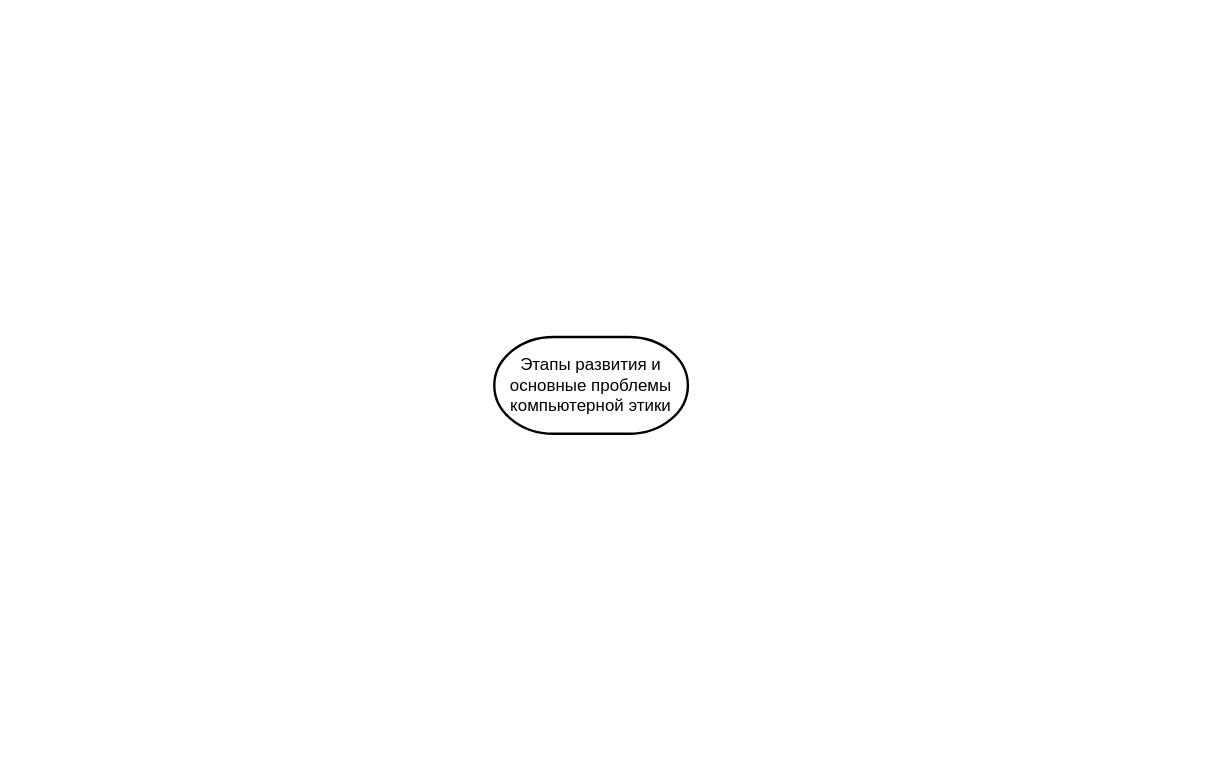
Above: MIND-map.drawio in DMfananddu/DSM (draw.io), before the change. Source tidied: cells renumbered, new cells numbered last; positions are measured from the earlier drawing's top-left corner, leaving out a move shared by most shapes. Both pictures are drawn from the tidied source at 121%, with x=0, y=0 at pixel (494, 336).
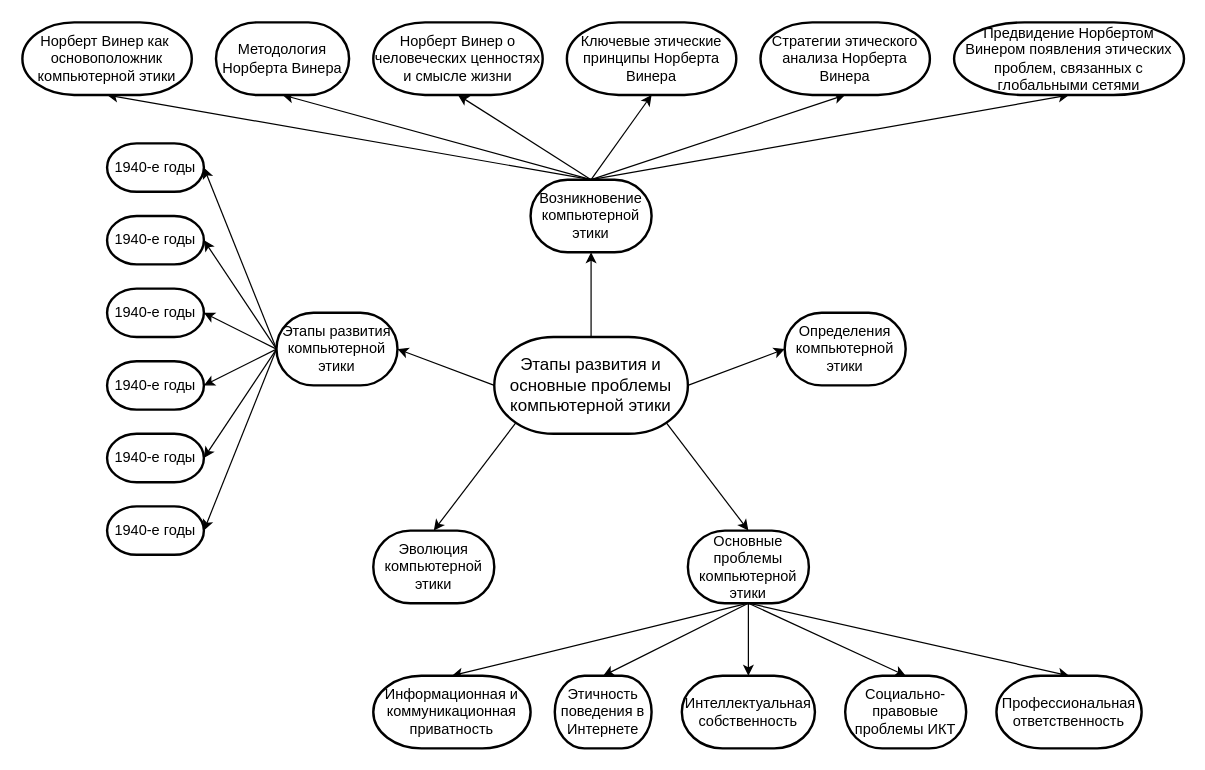
After the change.

Unchanged cells that the change refers to:
```xml
<mxCell id="2" value="&lt;font style=&quot;font-size: 14px&quot;&gt;Этапы развития и основные проблемы компьютерной этики&lt;/font&gt;" style="strokeWidth=2;html=1;shape=mxgraph.flowchart.terminator;whiteSpace=wrap;" parent="1" vertex="1">
  <mxGeometry width="160" height="80" as="geometry" />
</mxCell>
```

What changed in the source:
```diff
@@
+    <mxCell id="3" style="rounded=0;jettySize=auto;html=1;exitX=1;exitY=0.5;exitDx=0;exitDy=0;exitPerimeter=0;entryX=0;entryY=0.5;entryDx=0;entryDy=0;entryPerimeter=0;" parent="1" edge="1" source="2" target="22">
+      <mxGeometry relative="1" as="geometry" />
+    </mxCell>
+    <mxCell id="4" style="edgeStyle=none;rounded=0;jettySize=auto;html=1;exitX=0.89;exitY=0.89;exitDx=0;exitDy=0;exitPerimeter=0;entryX=0.5;entryY=0;entryDx=0;entryDy=0;entryPerimeter=0;" parent="1" edge="1" source="2" target="29">
+      <mxGeometry relative="1" as="geometry" />
+    </mxCell>
+    <mxCell id="5" style="edgeStyle=none;rounded=0;jettySize=auto;html=1;exitX=0.11;exitY=0.89;exitDx=0;exitDy=0;exitPerimeter=0;entryX=0.5;entryY=0;entryDx=0;entryDy=0;entryPerimeter=0;" parent="1" edge="1" source="2" target="23">
+      <mxGeometry relative="1" as="geometry" />
+    </mxCell>
+    <mxCell id="6" style="edgeStyle=none;rounded=0;jettySize=auto;html=1;exitX=0;exitY=0.5;exitDx=0;exitDy=0;exitPerimeter=0;entryX=1;entryY=0.5;entryDx=0;entryDy=0;entryPerimeter=0;" parent="1" edge="1" source="2" target="21">
+      <mxGeometry relative="1" as="geometry" />
+    </mxCell>
+    <mxCell id="7" style="edgeStyle=none;rounded=0;jettySize=auto;html=1;exitX=0.5;exitY=0;exitDx=0;exitDy=0;exitPerimeter=0;entryX=0.5;entryY=1;entryDx=0;entryDy=0;entryPerimeter=0;" parent="1" edge="1" source="2" target="14">
+      <mxGeometry relative="1" as="geometry" />
+    </mxCell>
@@
+    <mxCell id="8" style="edgeStyle=none;rounded=0;jettySize=auto;html=1;exitX=0.5;exitY=0;exitDx=0;exitDy=0;exitPerimeter=0;entryX=0.5;entryY=1;entryDx=0;entryDy=0;entryPerimeter=0;" parent="1" edge="1" source="14" target="41">
+      <mxGeometry relative="1" as="geometry" />
+    </mxCell>
+    <mxCell id="9" style="edgeStyle=none;rounded=0;jettySize=auto;html=1;exitX=0.5;exitY=0;exitDx=0;exitDy=0;exitPerimeter=0;entryX=0.5;entryY=1;entryDx=0;entryDy=0;entryPerimeter=0;" parent="1" edge="1" source="14" target="36">
+      <mxGeometry relative="1" as="geometry" />
+    </mxCell>
+    <mxCell id="10" style="edgeStyle=none;rounded=0;jettySize=auto;html=1;exitX=0.5;exitY=0;exitDx=0;exitDy=0;exitPerimeter=0;entryX=0.5;entryY=1;entryDx=0;entryDy=0;entryPerimeter=0;" parent="1" edge="1" source="14" target="37">
+      <mxGeometry relative="1" as="geometry" />
+    </mxCell>
+    <mxCell id="11" style="edgeStyle=none;rounded=0;jettySize=auto;html=1;exitX=0.5;exitY=0;exitDx=0;exitDy=0;exitPerimeter=0;entryX=0.5;entryY=1;entryDx=0;entryDy=0;entryPerimeter=0;" parent="1" edge="1" source="14" target="38">
+      <mxGeometry relative="1" as="geometry" />
+    </mxCell>
+    <mxCell id="12" style="edgeStyle=none;rounded=0;jettySize=auto;html=1;exitX=0.5;exitY=0;exitDx=0;exitDy=0;exitPerimeter=0;entryX=0.5;entryY=1;entryDx=0;entryDy=0;entryPerimeter=0;" parent="1" edge="1" source="14" target="39">
+      <mxGeometry relative="1" as="geometry" />
+    </mxCell>
+    <mxCell id="13" style="edgeStyle=none;rounded=0;jettySize=auto;html=1;exitX=0.5;exitY=0;exitDx=0;exitDy=0;exitPerimeter=0;entryX=0.5;entryY=1;entryDx=0;entryDy=0;entryPerimeter=0;" parent="1" edge="1" source="14" target="40">
+      <mxGeometry relative="1" as="geometry" />
+    </mxCell>
+    <mxCell id="14" value="Возникновение компьютерной этики" style="strokeWidth=2;html=1;shape=mxgraph.flowchart.terminator;whiteSpace=wrap;" parent="1" vertex="1">
+      <mxGeometry x="30" y="-130" width="100" height="60" as="geometry" />
+    </mxCell>
+    <mxCell id="15" style="edgeStyle=none;rounded=0;jettySize=auto;html=1;exitX=0;exitY=0.5;exitDx=0;exitDy=0;exitPerimeter=0;entryX=1;entryY=0.5;entryDx=0;entryDy=0;entryPerimeter=0;" parent="1" edge="1" source="21" target="33">
+      <mxGeometry relative="1" as="geometry" />
+    </mxCell>
+    <mxCell id="16" style="edgeStyle=none;rounded=0;jettySize=auto;html=1;exitX=0;exitY=0.5;exitDx=0;exitDy=0;exitPerimeter=0;entryX=1;entryY=0.5;entryDx=0;entryDy=0;entryPerimeter=0;" parent="1" edge="1" source="21" target="30">
+      <mxGeometry relative="1" as="geometry" />
+    </mxCell>
+    <mxCell id="17" style="edgeStyle=none;rounded=0;jettySize=auto;html=1;exitX=0;exitY=0.5;exitDx=0;exitDy=0;exitPerimeter=0;entryX=1;entryY=0.5;entryDx=0;entryDy=0;entryPerimeter=0;" parent="1" edge="1" source="21" target="32">
+      <mxGeometry relative="1" as="geometry" />
+    </mxCell>
+    <mxCell id="18" style="edgeStyle=none;rounded=0;jettySize=auto;html=1;exitX=0;exitY=0.5;exitDx=0;exitDy=0;exitPerimeter=0;entryX=1;entryY=0.5;entryDx=0;entryDy=0;entryPerimeter=0;" parent="1" edge="1" source="21" target="34">
+      <mxGeometry relative="1" as="geometry" />
+    </mxCell>
+    <mxCell id="19" style="edgeStyle=none;rounded=0;jettySize=auto;html=1;exitX=0;exitY=0.5;exitDx=0;exitDy=0;exitPerimeter=0;entryX=1;entryY=0.5;entryDx=0;entryDy=0;entryPerimeter=0;" parent="1" edge="1" source="21" target="35">
+      <mxGeometry relative="1" as="geometry" />
+    </mxCell>
+    <mxCell id="20" style="edgeStyle=none;rounded=0;jettySize=auto;html=1;exitX=0;exitY=0.5;exitDx=0;exitDy=0;exitPerimeter=0;entryX=1;entryY=0.5;entryDx=0;entryDy=0;entryPerimeter=0;" parent="1" edge="1" source="21" target="31">
+      <mxGeometry relative="1" as="geometry" />
+    </mxCell>
+    <mxCell id="21" value="Этапы развития компьютерной этики" style="strokeWidth=2;html=1;shape=mxgraph.flowchart.terminator;whiteSpace=wrap;" parent="1" vertex="1">
+      <mxGeometry x="-180" y="-20" width="100" height="60" as="geometry" />
+    </mxCell>
+    <mxCell id="22" value="Определения компьютерной этики" style="strokeWidth=2;html=1;shape=mxgraph.flowchart.terminator;whiteSpace=wrap;" parent="1" vertex="1">
+      <mxGeometry x="240" y="-20" width="100" height="60" as="geometry" />
+    </mxCell>
+    <mxCell id="23" value="Эволюция компьютерной этики" style="strokeWidth=2;html=1;shape=mxgraph.flowchart.terminator;whiteSpace=wrap;" parent="1" vertex="1">
+      <mxGeometry x="-100" y="160" width="100" height="60" as="geometry" />
+    </mxCell>
+    <mxCell id="24" style="edgeStyle=none;rounded=0;jettySize=auto;html=1;exitX=0.5;exitY=1;exitDx=0;exitDy=0;exitPerimeter=0;entryX=0.5;entryY=0;entryDx=0;entryDy=0;entryPerimeter=0;" parent="1" edge="1" source="29" target="45">
+      <mxGeometry relative="1" as="geometry" />
+    </mxCell>
+    <mxCell id="25" style="edgeStyle=none;rounded=0;jettySize=auto;html=1;exitX=0.5;exitY=1;exitDx=0;exitDy=0;exitPerimeter=0;entryX=0.5;entryY=0;entryDx=0;entryDy=0;entryPerimeter=0;" parent="1" edge="1" source="29" target="46">
+      <mxGeometry relative="1" as="geometry" />
+    </mxCell>
+    <mxCell id="26" style="edgeStyle=none;rounded=0;jettySize=auto;html=1;exitX=0.5;exitY=1;exitDx=0;exitDy=0;exitPerimeter=0;entryX=0.5;entryY=0;entryDx=0;entryDy=0;entryPerimeter=0;" parent="1" edge="1" source="29" target="43">
+      <mxGeometry relative="1" as="geometry" />
+    </mxCell>
+    <mxCell id="27" style="edgeStyle=none;rounded=0;jettySize=auto;html=1;exitX=0.5;exitY=1;exitDx=0;exitDy=0;exitPerimeter=0;entryX=0.5;entryY=0;entryDx=0;entryDy=0;entryPerimeter=0;" parent="1" edge="1" source="29" target="42">
+      <mxGeometry relative="1" as="geometry" />
+    </mxCell>
+    <mxCell id="28" style="edgeStyle=none;rounded=0;jettySize=auto;html=1;exitX=0.5;exitY=1;exitDx=0;exitDy=0;exitPerimeter=0;entryX=0.5;entryY=0;entryDx=0;entryDy=0;entryPerimeter=0;" parent="1" edge="1" source="29" target="44">
+      <mxGeometry relative="1" as="geometry" />
+    </mxCell>
+    <mxCell id="29" value="Основные проблемы компьютерной этики" style="strokeWidth=2;html=1;shape=mxgraph.flowchart.terminator;whiteSpace=wrap;" parent="1" vertex="1">
+      <mxGeometry x="160" y="160" width="100" height="60" as="geometry" />
+    </mxCell>
+    <mxCell id="30" value="1940-е годы" style="strokeWidth=2;html=1;shape=mxgraph.flowchart.terminator;whiteSpace=wrap;" parent="1" vertex="1">
+      <mxGeometry x="-320" y="-100" width="80" height="40" as="geometry" />
+    </mxCell>
+    <mxCell id="31" value="1940-е годы" style="strokeWidth=2;html=1;shape=mxgraph.flowchart.terminator;whiteSpace=wrap;" parent="1" vertex="1">
+      <mxGeometry x="-320" y="140" width="80" height="40" as="geometry" />
+    </mxCell>
+    <mxCell id="32" value="1940-е годы" style="strokeWidth=2;html=1;shape=mxgraph.flowchart.terminator;whiteSpace=wrap;" parent="1" vertex="1">
+      <mxGeometry x="-320" y="-40" width="80" height="40" as="geometry" />
+    </mxCell>
+    <mxCell id="33" value="1940-е годы" style="strokeWidth=2;html=1;shape=mxgraph.flowchart.terminator;whiteSpace=wrap;" parent="1" vertex="1">
+      <mxGeometry x="-320" y="-160" width="80" height="40" as="geometry" />
+    </mxCell>
+    <mxCell id="34" value="1940-е годы" style="strokeWidth=2;html=1;shape=mxgraph.flowchart.terminator;whiteSpace=wrap;" parent="1" vertex="1">
+      <mxGeometry x="-320" y="20" width="80" height="40" as="geometry" />
+    </mxCell>
+    <mxCell id="35" value="1940-е годы" style="strokeWidth=2;html=1;shape=mxgraph.flowchart.terminator;whiteSpace=wrap;" parent="1" vertex="1">
+      <mxGeometry x="-320" y="80" width="80" height="40" as="geometry" />
+    </mxCell>
+    <mxCell id="36" value="Методология Норберта Винера" style="strokeWidth=2;html=1;shape=mxgraph.flowchart.terminator;whiteSpace=wrap;" parent="1" vertex="1">
+      <mxGeometry x="-230" y="-260" width="110" height="60" as="geometry" />
+    </mxCell>
+    <mxCell id="37" value="Норберт Винер о человеческих ценностях и смысле жизни" style="strokeWidth=2;html=1;shape=mxgraph.flowchart.terminator;whiteSpace=wrap;" parent="1" vertex="1">
+      <mxGeometry x="-100" y="-260" width="140" height="60" as="geometry" />
+    </mxCell>
+    <mxCell id="38" value="Ключевые этические принципы Норберта Винера" style="strokeWidth=2;html=1;shape=mxgraph.flowchart.terminator;whiteSpace=wrap;" parent="1" vertex="1">
+      <mxGeometry x="60" y="-260" width="140" height="60" as="geometry" />
+    </mxCell>
+    <mxCell id="39" value="Стратегии этического анализа Норберта Винера" style="strokeWidth=2;html=1;shape=mxgraph.flowchart.terminator;whiteSpace=wrap;" parent="1" vertex="1">
+      <mxGeometry x="220" y="-260" width="140" height="60" as="geometry" />
+    </mxCell>
+    <mxCell id="40" value="Предвидение Норбертом Винером появления этических&lt;br&gt;проблем, связанных с глобальными сетями" style="strokeWidth=2;html=1;shape=mxgraph.flowchart.terminator;whiteSpace=wrap;" parent="1" vertex="1">
+      <mxGeometry x="380" y="-260" width="190" height="60" as="geometry" />
+    </mxCell>
+    <mxCell id="41" value="Норберт Винер как&amp;nbsp; основоположник компьютерной этики" style="strokeWidth=2;html=1;shape=mxgraph.flowchart.terminator;whiteSpace=wrap;" parent="1" vertex="1">
+      <mxGeometry x="-390" y="-260" width="140" height="60" as="geometry" />
+    </mxCell>
+    <mxCell id="42" value="Этичность поведения в Интернете" style="strokeWidth=2;html=1;shape=mxgraph.flowchart.terminator;whiteSpace=wrap;" parent="1" vertex="1">
+      <mxGeometry x="50" y="280" width="80" height="60" as="geometry" />
+    </mxCell>
+    <mxCell id="43" value="Профессиональная ответственность" style="strokeWidth=2;html=1;shape=mxgraph.flowchart.terminator;whiteSpace=wrap;" parent="1" vertex="1">
+      <mxGeometry x="415" y="280" width="120" height="60" as="geometry" />
+    </mxCell>
+    <mxCell id="44" value="Информационная и коммуникационная приватность" style="strokeWidth=2;html=1;shape=mxgraph.flowchart.terminator;whiteSpace=wrap;" parent="1" vertex="1">
+      <mxGeometry x="-100" y="280" width="130" height="60" as="geometry" />
+    </mxCell>
+    <mxCell id="45" value="Интеллектуальная собственность" style="strokeWidth=2;html=1;shape=mxgraph.flowchart.terminator;whiteSpace=wrap;" parent="1" vertex="1">
+      <mxGeometry x="155" y="280" width="110" height="60" as="geometry" />
+    </mxCell>
+    <mxCell id="46" value="Социально-правовые проблемы ИКТ" style="strokeWidth=2;html=1;shape=mxgraph.flowchart.terminator;whiteSpace=wrap;" parent="1" vertex="1">
+      <mxGeometry x="290" y="280" width="100" height="60" as="geometry" />
+    </mxCell>
```
